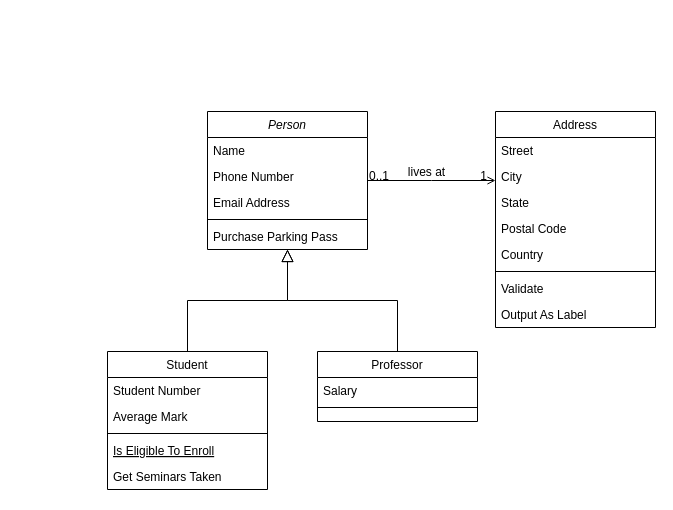
The draw.io diagram MM/IMM.drawio in LegendsCharmer/UseDrawIO, before the edit. Source tidied: cells renumbered, new cells numbered last; positions are measured from the earlier drawing's top-left corner, leaving out a move shared by most shapes. Both pictures are drawn from the tidied source at 100%, with x=0, y=0 at pixel (107, 111).
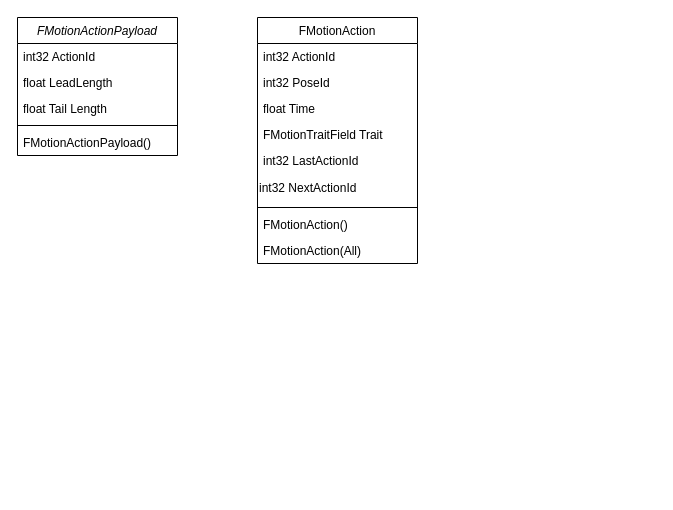
The same page after the edit.

What changed in the source:
```diff
@@
-    <mxCell id="2" value="Person" style="swimlane;fontStyle=2;align=center;verticalAlign=top;horizontal=1;startSize=26;rounded=0;shadow=0;strokeWidth=1;" parent="1" vertex="1">
-      <mxGeometry x="100" width="160" height="138" as="geometry" />
+    <mxCell id="2" value="FMotionActionPayload&#10;" style="swimlane;fontStyle=2;align=center;verticalAlign=top;horizontal=1;startSize=26;rounded=0;shadow=0;strokeWidth=1;labelBackgroundColor=none;" parent="1" vertex="1">
+      <mxGeometry x="-90" y="-94" width="160" height="138" as="geometry" />
     </mxCell>
-    <mxCell id="3" value="Name" style="text;align=left;verticalAlign=top;spacingLeft=4;spacingRight=4;overflow=hidden;" parent="2" vertex="1">
+    <mxCell id="3" value="int32 ActionId" style="text;align=left;verticalAlign=top;spacingLeft=4;spacingRight=4;overflow=hidden;labelBackgroundColor=none;" parent="2" vertex="1">
       <mxGeometry y="26" width="160" height="26" as="geometry" />
     </mxCell>
-    <mxCell id="4" value="Phone Number" style="text;align=left;verticalAlign=top;spacingLeft=4;spacingRight=4;overflow=hidden;rounded=0;shadow=0;html=0;" parent="2" vertex="1">
+    <mxCell id="4" value="float LeadLength" style="text;align=left;verticalAlign=top;spacingLeft=4;spacingRight=4;overflow=hidden;rounded=0;shadow=0;html=0;labelBackgroundColor=none;" parent="2" vertex="1">
       <mxGeometry y="52" width="160" height="26" as="geometry" />
     </mxCell>
-    <mxCell id="5" value="Email Address" style="text;align=left;verticalAlign=top;spacingLeft=4;spacingRight=4;overflow=hidden;rounded=0;shadow=0;html=0;" parent="2" vertex="1">
+    <mxCell id="5" value="float Tail Length" style="text;align=left;verticalAlign=top;spacingLeft=4;spacingRight=4;overflow=hidden;rounded=0;shadow=0;html=0;labelBackgroundColor=none;" parent="2" vertex="1">
       <mxGeometry y="78" width="160" height="26" as="geometry" />
     </mxCell>
-    <mxCell id="6" style="line;html=1;strokeWidth=1;align=left;verticalAlign=middle;spacingTop=-1;spacingLeft=3;spacingRight=3;labelPosition=right;" parent="2" vertex="1">
+    <mxCell id="6" style="line;html=1;strokeWidth=1;align=left;verticalAlign=middle;spacingTop=-1;spacingLeft=3;spacingRight=3;labelPosition=right;labelBackgroundColor=none;" parent="2" vertex="1">
       <mxGeometry y="104" width="160" height="8" as="geometry" />
     </mxCell>
-    <mxCell id="7" value="Purchase Parking Pass" style="text;align=left;verticalAlign=top;spacingLeft=4;spacingRight=4;overflow=hidden;" parent="2" vertex="1">
+    <mxCell id="7" value="FMotionActionPayload()" style="text;align=left;verticalAlign=top;spacingLeft=4;spacingRight=4;overflow=hidden;labelBackgroundColor=none;" parent="2" vertex="1">
       <mxGeometry y="112" width="160" height="26" as="geometry" />
     </mxCell>
-    <mxCell id="8" value="Student" style="swimlane;fontStyle=0;align=center;verticalAlign=top;horizontal=1;startSize=26;rounded=0;shadow=0;strokeWidth=1;" parent="1" vertex="1">
-      <mxGeometry y="240" width="160" height="138" as="geometry" />
-    </mxCell>
-    <mxCell id="9" value="Student Number" style="text;align=left;verticalAlign=top;spacingLeft=4;spacingRight=4;overflow=hidden;" parent="8" vertex="1">
-      <mxGeometry y="26" width="160" height="26" as="geometry" />
-    </mxCell>
-    <mxCell id="10" value="Average Mark" style="text;align=left;verticalAlign=top;spacingLeft=4;spacingRight=4;overflow=hidden;rounded=0;shadow=0;html=0;" parent="8" vertex="1">
-      <mxGeometry y="52" width="160" height="26" as="geometry" />
-    </mxCell>
-    <mxCell id="11" style="line;html=1;strokeWidth=1;align=left;verticalAlign=middle;spacingTop=-1;spacingLeft=3;spacingRight=3;labelPosition=right;" parent="8" vertex="1">
-      <mxGeometry y="78" width="160" height="8" as="geometry" />
-    </mxCell>
-    <mxCell id="12" value="Is Eligible To Enroll" style="text;align=left;verticalAlign=top;spacingLeft=4;spacingRight=4;overflow=hidden;fontStyle=4;" parent="8" vertex="1">
-      <mxGeometry y="86" width="160" height="26" as="geometry" />
-    </mxCell>
-    <mxCell id="13" value="Get Seminars Taken" style="text;align=left;verticalAlign=top;spacingLeft=4;spacingRight=4;overflow=hidden;" parent="8" vertex="1">
-      <mxGeometry y="112" width="160" height="26" as="geometry" />
-    </mxCell>
-    <mxCell id="14" style="endArrow=block;endSize=10;endFill=0;shadow=0;strokeWidth=1;rounded=0;edgeStyle=elbowEdgeStyle;elbow=vertical;" parent="1" edge="1" source="8" target="2">
-      <mxGeometry relative="1" as="geometry" />
-    </mxCell>
-    <mxCell id="15" value="Professor" style="swimlane;fontStyle=0;align=center;verticalAlign=top;horizontal=1;startSize=26;rounded=0;shadow=0;strokeWidth=1;" parent="1" vertex="1">
-      <mxGeometry x="210" y="240" width="160" height="70" as="geometry" />
-    </mxCell>
-    <mxCell id="16" value="Salary" style="text;align=left;verticalAlign=top;spacingLeft=4;spacingRight=4;overflow=hidden;" parent="15" vertex="1">
-      <mxGeometry y="26" width="160" height="26" as="geometry" />
-    </mxCell>
-    <mxCell id="17" style="line;html=1;strokeWidth=1;align=left;verticalAlign=middle;spacingTop=-1;spacingLeft=3;spacingRight=3;labelPosition=right;" parent="15" vertex="1">
-      <mxGeometry y="52" width="160" height="8" as="geometry" />
-    </mxCell>
-    <mxCell id="18" style="endArrow=block;endSize=10;endFill=0;shadow=0;strokeWidth=1;rounded=0;edgeStyle=elbowEdgeStyle;elbow=vertical;" parent="1" edge="1" source="15" target="2">
-      <mxGeometry relative="1" as="geometry" />
-    </mxCell>
-    <mxCell id="19" value="Address" style="swimlane;fontStyle=0;align=center;verticalAlign=top;horizontal=1;startSize=26;rounded=0;shadow=0;strokeWidth=1;" parent="1" vertex="1">
-      <mxGeometry x="388" width="160" height="216" as="geometry" />
+    <mxCell id="19" value="FMotionAction" style="swimlane;fontStyle=0;align=center;verticalAlign=top;horizontal=1;startSize=26;rounded=0;shadow=0;strokeWidth=1;labelBackgroundColor=none;" parent="1" vertex="1">
+      <mxGeometry x="150" y="-94" width="160" height="246" as="geometry" />
     </mxCell>
-    <mxCell id="20" value="Street" style="text;align=left;verticalAlign=top;spacingLeft=4;spacingRight=4;overflow=hidden;" parent="19" vertex="1">
+    <mxCell id="20" value="int32 ActionId" style="text;align=left;verticalAlign=top;spacingLeft=4;spacingRight=4;overflow=hidden;labelBackgroundColor=none;" parent="19" vertex="1">
       <mxGeometry y="26" width="160" height="26" as="geometry" />
     </mxCell>
-    <mxCell id="21" value="City" style="text;align=left;verticalAlign=top;spacingLeft=4;spacingRight=4;overflow=hidden;rounded=0;shadow=0;html=0;" parent="19" vertex="1">
+    <mxCell id="21" value="int32 PoseId&#10;" style="text;align=left;verticalAlign=top;spacingLeft=4;spacingRight=4;overflow=hidden;rounded=0;shadow=0;html=0;labelBackgroundColor=none;" parent="19" vertex="1">
       <mxGeometry y="52" width="160" height="26" as="geometry" />
     </mxCell>
-    <mxCell id="22" value="State" style="text;align=left;verticalAlign=top;spacingLeft=4;spacingRight=4;overflow=hidden;rounded=0;shadow=0;html=0;" parent="19" vertex="1">
+    <mxCell id="22" value="float Time&#10;" style="text;align=left;verticalAlign=top;spacingLeft=4;spacingRight=4;overflow=hidden;rounded=0;shadow=0;html=0;labelBackgroundColor=none;" parent="19" vertex="1">
       <mxGeometry y="78" width="160" height="26" as="geometry" />
     </mxCell>
-    <mxCell id="23" value="Postal Code" style="text;align=left;verticalAlign=top;spacingLeft=4;spacingRight=4;overflow=hidden;rounded=0;shadow=0;html=0;" parent="19" vertex="1">
+    <mxCell id="23" value="FMotionTraitField Trait&#10;" style="text;align=left;verticalAlign=top;spacingLeft=4;spacingRight=4;overflow=hidden;rounded=0;shadow=0;html=0;labelBackgroundColor=none;" parent="19" vertex="1">
       <mxGeometry y="104" width="160" height="26" as="geometry" />
     </mxCell>
-    <mxCell id="24" value="Country" style="text;align=left;verticalAlign=top;spacingLeft=4;spacingRight=4;overflow=hidden;rounded=0;shadow=0;html=0;" parent="19" vertex="1">
+    <mxCell id="24" value="int32 LastActionId&#10;&#10;" style="text;align=left;verticalAlign=top;spacingLeft=4;spacingRight=4;overflow=hidden;rounded=0;shadow=0;html=0;labelBackgroundColor=none;" parent="19" vertex="1">
       <mxGeometry y="130" width="160" height="26" as="geometry" />
     </mxCell>
+    <mxCell id="32" value="int32 NextActionId" style="text;strokeColor=none;align=left;fillColor=none;html=1;verticalAlign=middle;whiteSpace=wrap;rounded=0;" parent="19" vertex="1">
+      <mxGeometry y="156" width="160" height="30" as="geometry" />
+    </mxCell>
-    <mxCell id="25" style="line;html=1;strokeWidth=1;align=left;verticalAlign=middle;spacingTop=-1;spacingLeft=3;spacingRight=3;labelPosition=right;" parent="19" vertex="1">
-      <mxGeometry y="156" width="160" height="8" as="geometry" />
+    <mxCell id="25" style="line;html=1;strokeWidth=1;align=left;verticalAlign=middle;spacingTop=-1;spacingLeft=3;spacingRight=3;labelPosition=right;labelBackgroundColor=none;" parent="19" vertex="1">
+      <mxGeometry y="186" width="160" height="8" as="geometry" />
     </mxCell>
-    <mxCell id="26" value="Validate" style="text;align=left;verticalAlign=top;spacingLeft=4;spacingRight=4;overflow=hidden;" parent="19" vertex="1">
-      <mxGeometry y="164" width="160" height="26" as="geometry" />
+    <mxCell id="26" value="FMotionAction()" style="text;align=left;verticalAlign=top;spacingLeft=4;spacingRight=4;overflow=hidden;labelBackgroundColor=none;" parent="19" vertex="1">
+      <mxGeometry y="194" width="160" height="26" as="geometry" />
     </mxCell>
-    <mxCell id="27" value="Output As Label" style="text;align=left;verticalAlign=top;spacingLeft=4;spacingRight=4;overflow=hidden;" parent="19" vertex="1">
-      <mxGeometry y="190" width="160" height="26" as="geometry" />
+    <mxCell id="27" value="FMotionAction(All)" style="text;align=left;verticalAlign=top;spacingLeft=4;spacingRight=4;overflow=hidden;labelBackgroundColor=none;" parent="19" vertex="1">
+      <mxGeometry y="220" width="160" height="26" as="geometry" />
     </mxCell>
-    <mxCell id="28" style="endArrow=open;shadow=0;strokeWidth=1;rounded=0;endFill=1;edgeStyle=elbowEdgeStyle;elbow=vertical;" parent="1" edge="1" source="2" target="19">
-      <mxGeometry x="0.5" y="41" relative="1" as="geometry">
-        <mxPoint x="-40" y="32" as="offset" />
-      </mxGeometry>
-    </mxCell>
-    <mxCell id="29" value="0..1" style="align=left;verticalAlign=bottom;labelBackgroundColor=none;fontSize=12;" parent="28" vertex="1">
-      <mxGeometry x="-1" relative="1" as="geometry">
-        <mxPoint y="4" as="offset" />
-      </mxGeometry>
-    </mxCell>
-    <mxCell id="30" value="1" style="align=right;verticalAlign=bottom;labelBackgroundColor=none;fontSize=12;" parent="28" vertex="1">
-      <mxGeometry x="1" relative="1" as="geometry">
-        <mxPoint x="-7" y="4" as="offset" />
-      </mxGeometry>
-    </mxCell>
-    <mxCell id="31" value="lives at" style="text;html=1;align=center;verticalAlign=middle;labelBackgroundColor=none;rounded=0;shadow=0;strokeWidth=1;fontSize=12;" parent="28" vertex="1">
-      <mxGeometry x="0.5" y="49" relative="1" as="geometry">
-        <mxPoint x="-38" y="40" as="offset" />
-      </mxGeometry>
-    </mxCell>
```
